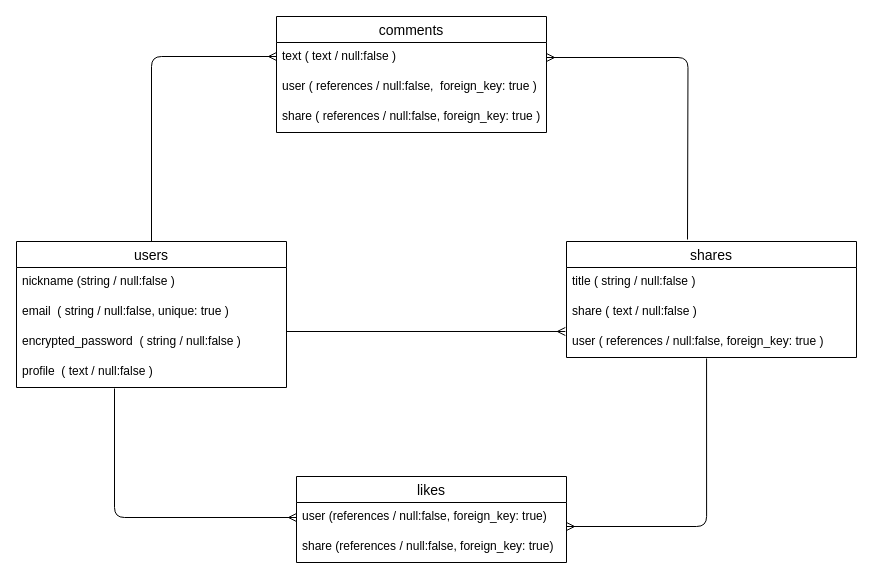
Before: test.dio in akiko777/ecoshare, a draw.io diagram. Source tidied: cells renumbered, new cells numbered last; positions are measured from the earlier drawing's top-left corner, leaving out a move shared by most shapes. Both pictures are drawn from the tidied source at 100%, with x=0, y=0 at pixel (16, 16).
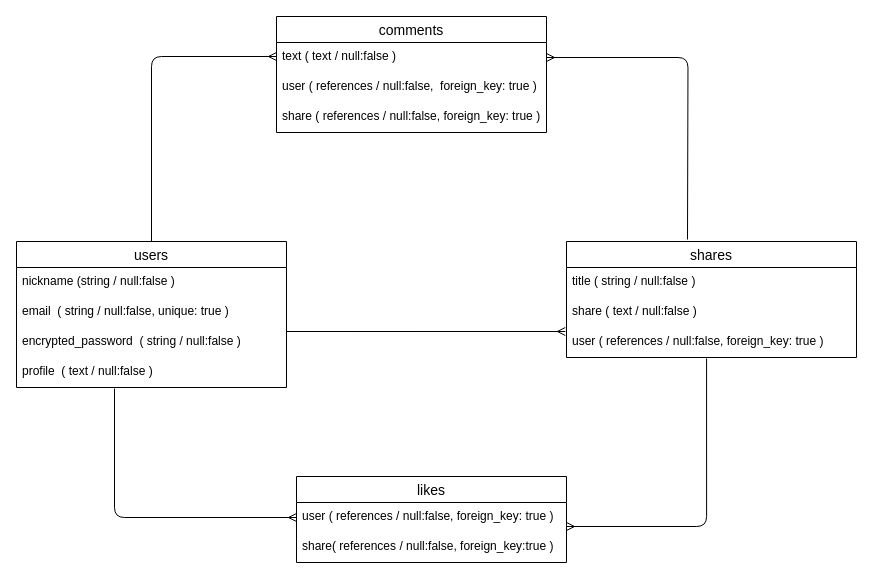
The same page after the edit.

The change refers to these unchanged cells:
```xml
<mxCell id="19" value="likes" style="swimlane;fontStyle=0;horizontal=1;startSize=26;align=center;fontSize=14;" parent="1" vertex="1">
  <mxGeometry x="280" y="460" width="270" height="86" as="geometry" />
</mxCell>
```

Diff of the diagram source:
```diff
@@
-    <mxCell id="20" value="user (references / null:false, foreign_key: true)" style="text;strokeColor=none;fillColor=none;spacingLeft=4;spacingRight=4;overflow=hidden;points=[[0,0.5],[1,0.5]];portConstraint=eastwest;fontSize=12;" parent="19" vertex="1">
+    <mxCell id="20" value="user ( references / null:false, foreign_key: true )" style="text;strokeColor=none;fillColor=none;spacingLeft=4;spacingRight=4;overflow=hidden;points=[[0,0.5],[1,0.5]];portConstraint=eastwest;fontSize=12;" parent="19" vertex="1">
       <mxGeometry y="26" width="270" height="30" as="geometry" />
     </mxCell>
-    <mxCell id="21" value="share (references / null:false, foreign_key: true)" style="text;strokeColor=none;fillColor=none;spacingLeft=4;spacingRight=4;overflow=hidden;fontSize=12;" parent="19" vertex="1">
+    <mxCell id="21" value="share( references / null:false, foreign_key:true )" style="text;strokeColor=none;fillColor=none;spacingLeft=4;spacingRight=4;overflow=hidden;fontSize=12;" parent="19" vertex="1">
       <mxGeometry y="56" width="270" height="30" as="geometry" />
     </mxCell>
```
